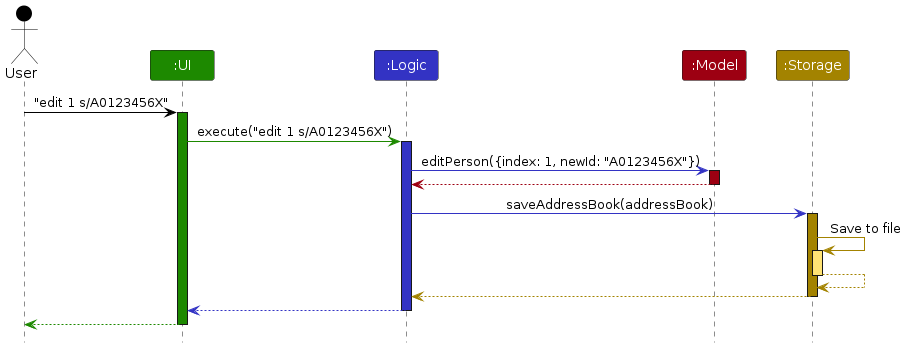
This is diagrams/ArchitectureSequenceDiagram.png from AY2324S2-CS2103-T14-1/tp, a PlantUML export, as it was before one commit. Its source is kept beside it as diagrams/ArchitectureSequenceDiagram.puml.
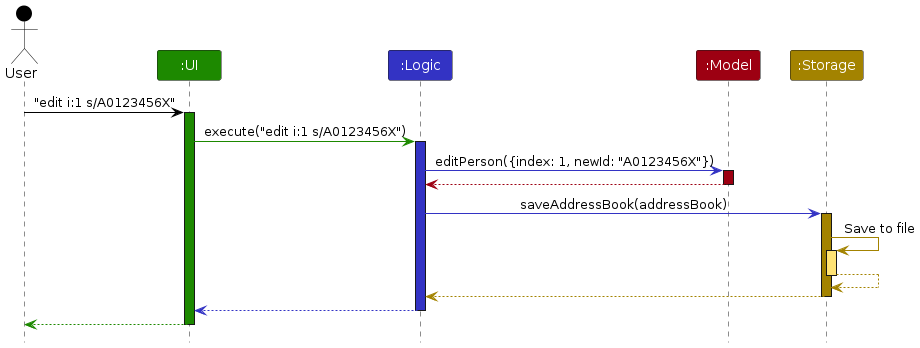
The same diagram one commit later.

The edit, as a diff of the source:
```diff
@@ -8,10 +8,10 @@
 Participant ":Model" as model MODEL_COLOR
 Participant ":Storage" as storage STORAGE_COLOR
 
-user -[USER_COLOR]> ui : "edit 1 s/A0123456X"
+user -[USER_COLOR]> ui : "edit i:1 s/A0123456X"
 activate ui UI_COLOR
 
-ui -[UI_COLOR]> logic : execute("edit 1 s/A0123456X")
+ui -[UI_COLOR]> logic : execute("edit i:1 s/A0123456X")
 activate logic LOGIC_COLOR
 
 logic -[LOGIC_COLOR]> model : editPerson({index: 1, newId: "A0123456X"})
```
